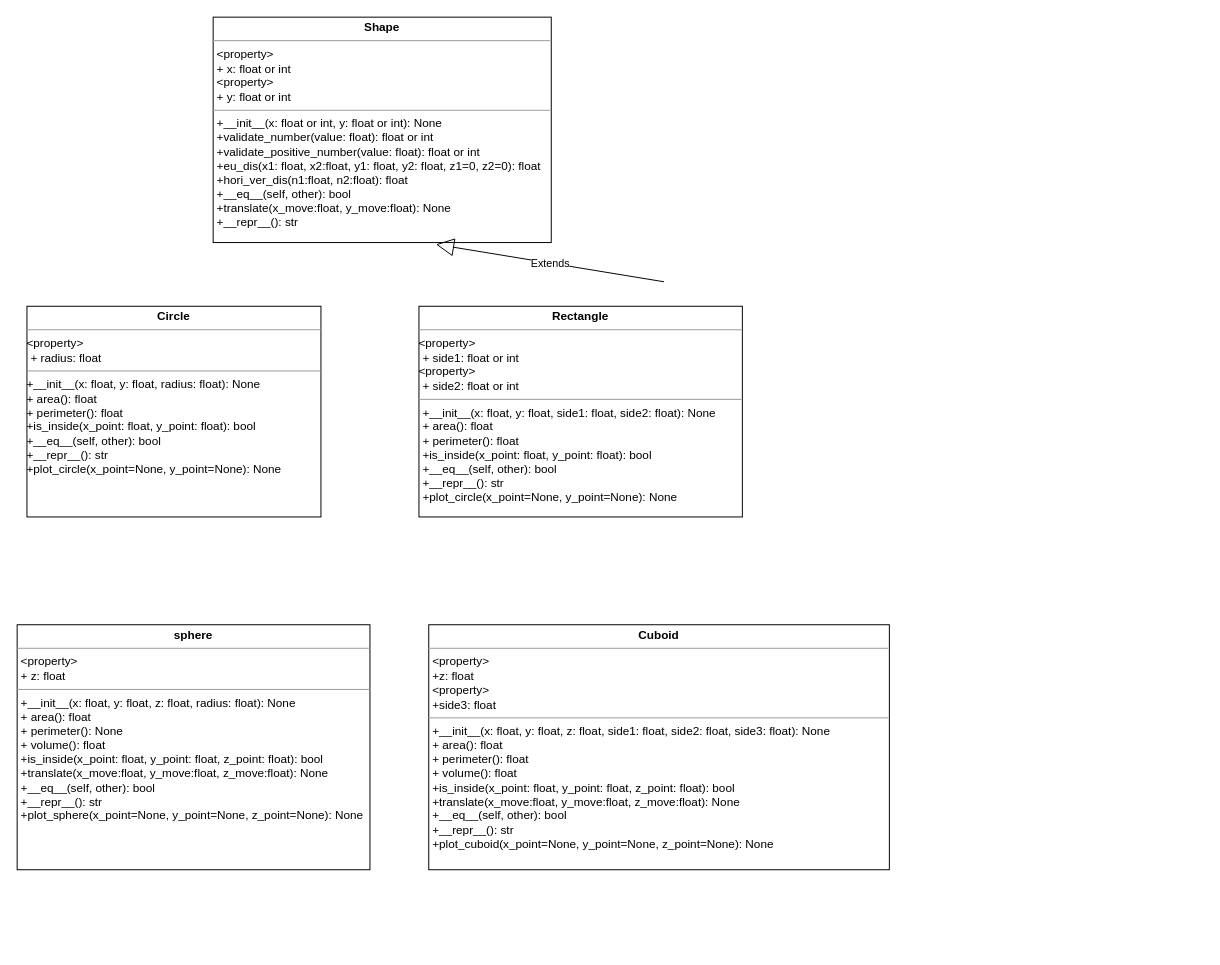
This is Labs/Lab3.geometry-OOP/geometry-OOP-UML.drawio from yuna-liu/python-programming-Yuna-Liu, a draw.io file, before an edit. Source tidied: cells renumbered, new cells numbered last; positions are measured from the earlier drawing's top-left corner, leaving out a move shared by most shapes. Both pictures are drawn from the tidied source at 98%, with x=0, y=0 at pixel (17, 17).
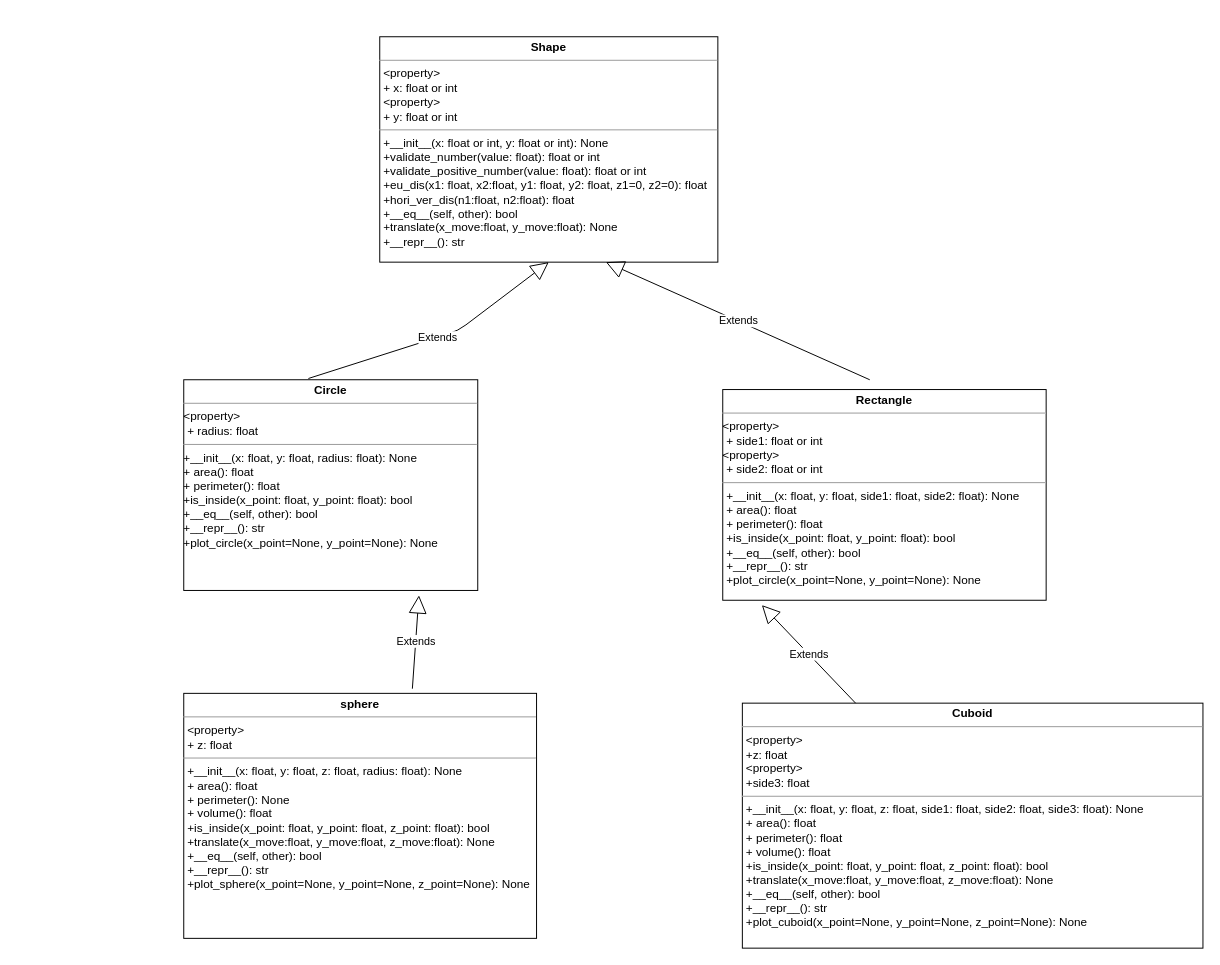
The same diagram, later.

Change to the diagram source:
```diff
@@
 <mxGraphModel>
   <root>
     <mxCell id="0" />
     <mxCell id="1" parent="0" />
     <mxCell id="2" value="&lt;p style=&quot;margin: 0px ; margin-top: 4px ; text-align: center&quot;&gt;&lt;b&gt;Circle&lt;/b&gt;&lt;/p&gt;&lt;hr size=&quot;1&quot;&gt;&amp;lt;property&amp;gt;&lt;p style=&quot;margin: 0px ; margin-left: 4px&quot;&gt;&lt;span&gt;+ radius: float&lt;/span&gt;&lt;br&gt;&lt;/p&gt;&lt;hr size=&quot;1&quot;&gt;&lt;p style=&quot;margin: 0px 0px 0px 4px&quot;&gt;&lt;/p&gt;+__init__(x: float, y: float, radius: float): None&lt;br&gt;&lt;span&gt;+ area(): float&lt;br&gt;&lt;/span&gt;&lt;span&gt;+ perimeter(): float&lt;br&gt;&lt;/span&gt;&lt;span&gt;+is_inside(x_point: float, y_point: float): bool&lt;br&gt;&lt;/span&gt;&lt;span&gt;+__eq__(self, other): bool&lt;br&gt;+__repr__(): str&lt;br&gt;+plot_circle(x_point=None, y_point=None): None&lt;br&gt;&lt;/span&gt;" style="verticalAlign=top;align=left;overflow=fill;fontSize=12;fontFamily=Helvetica;html=1;" parent="1" vertex="1">
-      <mxGeometry x="10" y="295" width="300" height="215" as="geometry" />
+      <mxGeometry x="170" y="370" width="300" height="215" as="geometry" />
     </mxCell>
     <mxCell id="3" value="&lt;p style=&quot;margin: 0px ; margin-top: 4px ; text-align: center&quot;&gt;&lt;b&gt;Shape&lt;/b&gt;&lt;/p&gt;&lt;hr size=&quot;1&quot;&gt;&lt;p style=&quot;margin: 0px 0px 0px 4px&quot;&gt;&amp;lt;property&amp;gt;&lt;/p&gt;&lt;p style=&quot;margin: 0px 0px 0px 4px&quot;&gt;+ x: float or int&lt;/p&gt;&lt;p style=&quot;margin: 0px 0px 0px 4px&quot;&gt;&amp;lt;property&amp;gt;&lt;br&gt;&lt;/p&gt;&lt;p style=&quot;margin: 0px 0px 0px 4px&quot;&gt;+ y: float or int&lt;/p&gt;&lt;hr size=&quot;1&quot;&gt;&lt;p style=&quot;margin: 0px ; margin-left: 4px&quot;&gt;&lt;span&gt;+__init__(x: float or int, y: float or int): None&lt;/span&gt;&lt;/p&gt;&lt;p style=&quot;margin: 0px ; margin-left: 4px&quot;&gt;+validate_number(value: float): float or int&lt;/p&gt;&lt;p style=&quot;margin: 0px ; margin-left: 4px&quot;&gt;+validate_positive_number(value: float): float or int&lt;br&gt;&lt;/p&gt;&lt;p style=&quot;margin: 0px ; margin-left: 4px&quot;&gt;+eu_dis(x1: float, x2:float, y1: float, y2: float, z1=0, z2=0): float&lt;br&gt;&lt;/p&gt;&lt;p style=&quot;margin: 0px ; margin-left: 4px&quot;&gt;+hori_ver_dis(n1:float, n2:float): float&lt;br&gt;&lt;/p&gt;&lt;p style=&quot;margin: 0px ; margin-left: 4px&quot;&gt;&lt;span&gt;+__eq__(self, other): bool&lt;/span&gt;&lt;br&gt;&lt;/p&gt;&lt;p style=&quot;margin: 0px ; margin-left: 4px&quot;&gt;+translate(x_move:float, y_move:float): None&lt;span&gt;&lt;br&gt;&lt;/span&gt;&lt;/p&gt;&lt;p style=&quot;margin: 0px ; margin-left: 4px&quot;&gt;&lt;span&gt;+__repr__(): str&lt;/span&gt;&lt;br&gt;&lt;/p&gt;&lt;p style=&quot;margin: 0px ; margin-left: 4px&quot;&gt;&lt;br&gt;&lt;/p&gt;&lt;p style=&quot;margin: 0px ; margin-left: 4px&quot;&gt;&lt;br&gt;&lt;/p&gt;&lt;p style=&quot;margin: 0px 0px 0px 4px&quot;&gt;&lt;br&gt;&lt;/p&gt;&lt;p style=&quot;margin: 0px ; margin-left: 4px&quot;&gt;&lt;br&gt;&lt;/p&gt;" style="verticalAlign=top;align=left;overflow=fill;fontSize=12;fontFamily=Helvetica;html=1;" parent="1" vertex="1">
-      <mxGeometry x="200" width="345" height="230" as="geometry" />
+      <mxGeometry x="370" y="20" width="345" height="230" as="geometry" />
     </mxCell>
     <mxCell id="4" value="&lt;p style=&quot;margin: 0px ; margin-top: 4px ; text-align: center&quot;&gt;&lt;b&gt;Rectangle&lt;/b&gt;&lt;/p&gt;&lt;hr size=&quot;1&quot;&gt;&amp;lt;property&amp;gt;&lt;p style=&quot;margin: 0px ; margin-left: 4px&quot;&gt;&lt;span&gt;+ side1: float or int&lt;/span&gt;&lt;br&gt;&lt;/p&gt;&amp;lt;property&amp;gt;&lt;p style=&quot;margin: 0px ; margin-left: 4px&quot;&gt;+ side2: float or int&lt;span&gt;&lt;br&gt;&lt;/span&gt;&lt;/p&gt;&lt;hr size=&quot;1&quot;&gt;&lt;p style=&quot;margin: 0px 0px 0px 4px&quot;&gt;+__init__(x: float, y: float, side1: float, side2: float): None&lt;br&gt;+ area(): float&lt;br&gt;+ perimeter(): float&lt;br&gt;+is_inside(x_point: float, y_point: float): bool&lt;br&gt;+__eq__(self, other): bool&lt;br&gt;+__repr__(): str&lt;br&gt;+plot_circle(x_point=None, y_point=None): None&lt;br&gt;&lt;/p&gt;" style="verticalAlign=top;align=left;overflow=fill;fontSize=12;fontFamily=Helvetica;html=1;" parent="1" vertex="1">
-      <mxGeometry x="410" y="295" width="330" height="215" as="geometry" />
+      <mxGeometry x="720" y="380" width="330" height="215" as="geometry" />
     </mxCell>
-    <mxCell id="5" value="Extends" style="endArrow=block;endSize=16;endFill=0;html=1;entryX=0.659;entryY=1.008;entryDx=0;entryDy=0;entryPerimeter=0;" parent="1" edge="1" target="3">
-      <mxGeometry relative="1" as="geometry">
-        <mxPoint x="660" y="270" as="sourcePoint" />
-      </mxGeometry>
-    </mxCell>
     <mxCell id="6" value="&lt;p style=&quot;margin: 0px ; margin-top: 4px ; text-align: center&quot;&gt;&lt;b&gt;sphere&lt;/b&gt;&lt;br&gt;&lt;/p&gt;&lt;hr size=&quot;1&quot;&gt;&lt;p style=&quot;margin: 0px ; margin-left: 4px&quot;&gt;&amp;lt;property&amp;gt;&lt;/p&gt;&lt;p style=&quot;margin: 0px 0px 0px 4px&quot;&gt;+ z: float&lt;br&gt;&lt;/p&gt;&lt;hr size=&quot;1&quot;&gt;&lt;p style=&quot;margin: 0px 0px 0px 4px&quot;&gt;&lt;/p&gt;&lt;p style=&quot;margin: 0px ; margin-left: 4px&quot;&gt;+__init__(x: float, y: float, z: float, radius: float): None&lt;br&gt;+ area(): float&lt;br&gt;+ perimeter(): None&lt;/p&gt;&lt;p style=&quot;margin: 0px ; margin-left: 4px&quot;&gt;+ volume(): float&lt;br&gt;+is_inside(x_point: float, y_point: float, z_point: float): bool&lt;/p&gt;&lt;p style=&quot;margin: 0px ; margin-left: 4px&quot;&gt;+translate(x_move:float, y_move:float, z_move:float): None&lt;br&gt;+__eq__(self, other): bool&lt;br&gt;+__repr__(): str&lt;br&gt;+plot_sphere(x_point=None, y_point=None, z_point=None): None&lt;br&gt;&lt;/p&gt;" style="verticalAlign=top;align=left;overflow=fill;fontSize=12;fontFamily=Helvetica;html=1;" parent="1" vertex="1">
-      <mxGeometry y="620" width="360" height="250" as="geometry" />
+      <mxGeometry x="170" y="690" width="360" height="250" as="geometry" />
     </mxCell>
     <mxCell id="7" value="&lt;p style=&quot;margin: 0px ; margin-top: 4px ; text-align: center&quot;&gt;&lt;b&gt;Cuboid&lt;/b&gt;&lt;/p&gt;&lt;hr size=&quot;1&quot;&gt;&lt;p style=&quot;margin: 0px ; margin-left: 4px&quot;&gt;&amp;lt;property&amp;gt;&lt;/p&gt;&lt;p style=&quot;margin: 0px 0px 0px 4px&quot;&gt;+z: float&lt;/p&gt;&lt;p style=&quot;margin: 0px 0px 0px 4px&quot;&gt;&amp;lt;property&amp;gt;&lt;/p&gt;&lt;p style=&quot;margin: 0px 0px 0px 4px&quot;&gt;+side3: float&lt;/p&gt;&lt;hr size=&quot;1&quot;&gt;&lt;p style=&quot;margin: 0px 0px 0px 4px&quot;&gt;+__init__(x: float, y: float, z: float, side1: float, side2: float, side3: float): None&lt;br&gt;+ area(): float&lt;br&gt;+ perimeter(): float&lt;/p&gt;&lt;p style=&quot;margin: 0px 0px 0px 4px&quot;&gt;+ volume(): float&lt;br&gt;+is_inside(x_point: float, y_point: float, z_point: float): bool&lt;/p&gt;&lt;p style=&quot;margin: 0px 0px 0px 4px&quot;&gt;+translate(x_move:float, y_move:float, z_move:float): None&lt;br&gt;+__eq__(self, other): bool&lt;br&gt;+__repr__(): str&lt;br&gt;+plot_cuboid(x_point=None, y_point=None, z_point=None): None&lt;/p&gt;" style="verticalAlign=top;align=left;overflow=fill;fontSize=12;fontFamily=Helvetica;html=1;" parent="1" vertex="1">
-      <mxGeometry x="420" y="620" width="470" height="250" as="geometry" />
+      <mxGeometry x="740" y="700" width="470" height="250" as="geometry" />
     </mxCell>
+    <mxCell id="8" value="Extends" style="endArrow=block;endSize=16;endFill=0;html=1;exitX=0.424;exitY=-0.006;exitDx=0;exitDy=0;exitPerimeter=0;entryX=0.5;entryY=1;entryDx=0;entryDy=0;" parent="1" edge="1" source="2" target="3">
+      <mxGeometry relative="1" as="geometry">
+        <Array as="points">
+          <mxPoint x="450" y="320" />
+        </Array>
+      </mxGeometry>
+    </mxCell>
+    <mxCell id="9" value="Extends" style="endArrow=block;endSize=16;endFill=0;html=1;entryX=0.669;entryY=1;entryDx=0;entryDy=0;entryPerimeter=0;" parent="1" edge="1" target="3">
+      <mxGeometry relative="1" as="geometry">
+        <mxPoint x="870" y="370" as="sourcePoint" />
+      </mxGeometry>
+    </mxCell>
+    <mxCell id="10" value="Extends" style="endArrow=block;endSize=16;endFill=0;html=1;exitX=0.648;exitY=-0.019;exitDx=0;exitDy=0;exitPerimeter=0;" parent="1" edge="1" source="6">
+      <mxGeometry relative="1" as="geometry">
+        <mxPoint x="410" y="590" as="targetPoint" />
+      </mxGeometry>
+    </mxCell>
+    <mxCell id="11" value="Extends" style="endArrow=block;endSize=16;endFill=0;html=1;entryX=0.121;entryY=1.023;entryDx=0;entryDy=0;entryPerimeter=0;" parent="1" edge="1" source="7" target="4">
+      <mxGeometry relative="1" as="geometry" />
+    </mxCell>
   </root>
 </mxGraphModel>
```
